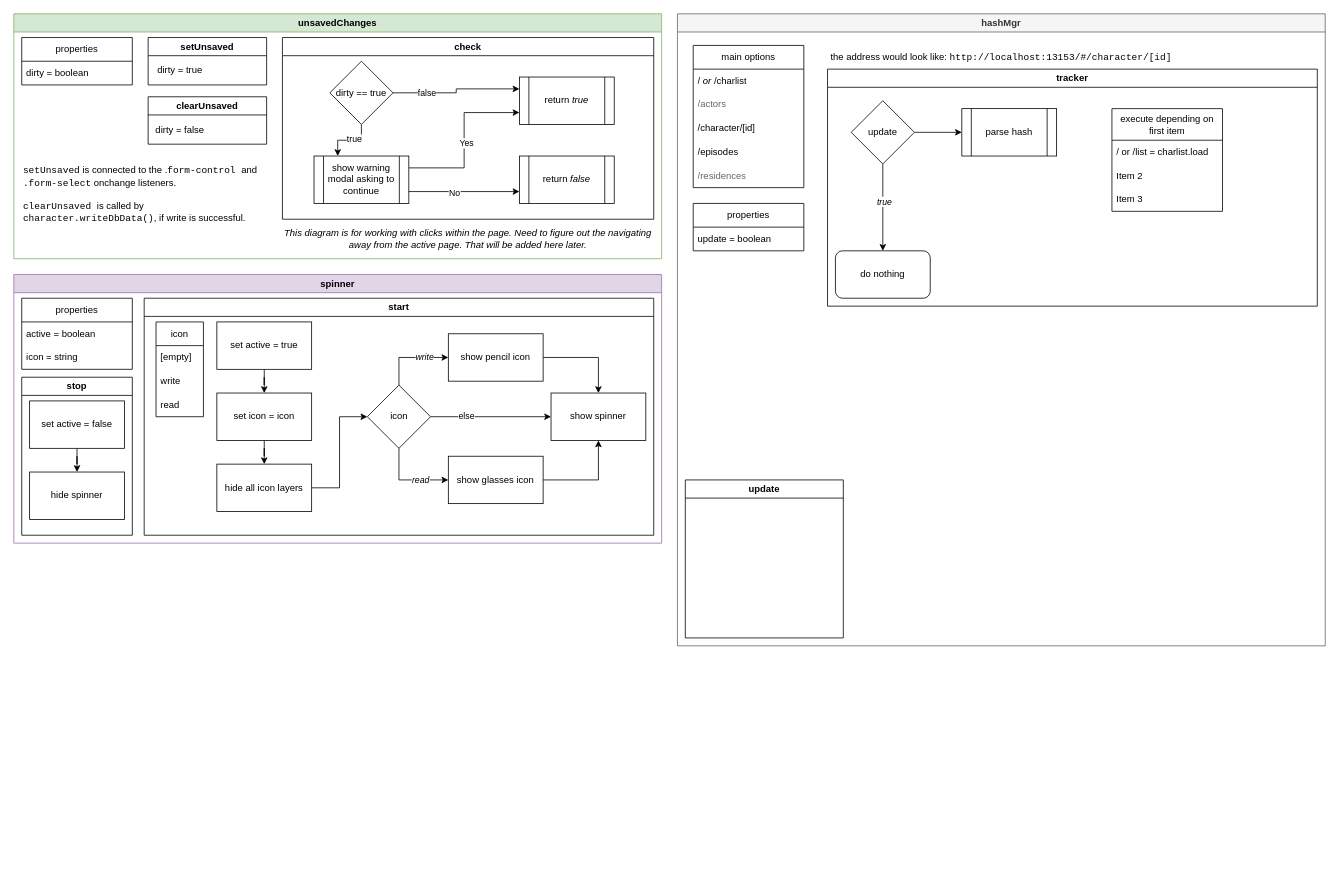
Earlier version of the draw.io diagram page "JS Misc Functions" (7 of 9) of moc-char-db-infrastructure.drawio (JS-Produksiyon/moc-character-db). Source tidied: cells renumbered, new cells numbered last; positions are measured from the earlier drawing's top-left corner, leaving out a move shared by most shapes. Both pictures are drawn from the tidied source at 79%, with x=0, y=0 at pixel (13, 13).
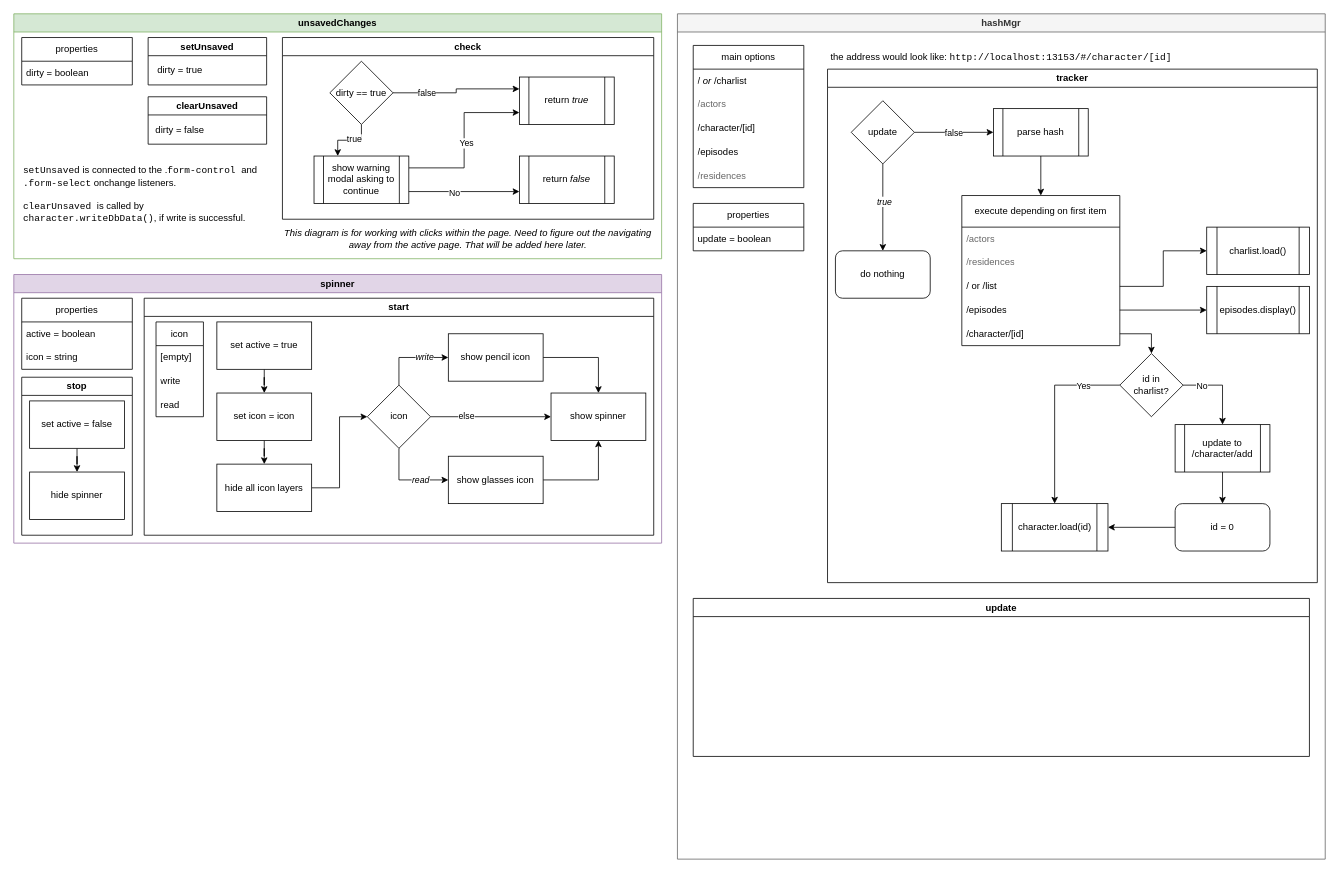
Above is the later version.

Unchanged cells that the change refers to:
```xml
<mxCell id="66" style="edgeStyle=orthogonalEdgeStyle;rounded=0;jettySize=auto;html=1;" parent="63" edge="1" source="67" target="69">
  <mxGeometry relative="1" as="geometry" />
</mxCell>
```

What changed in the source:
```diff
@@
     <mxCell id="55" value="hashMgr" style="swimlane;whiteSpace=wrap;html=1;fillColor=#f5f5f5;fontColor=#333333;strokeColor=#666666;" parent="1" vertex="1">
-      <mxGeometry x="840" width="820" height="800" as="geometry" />
+      <mxGeometry x="840" width="820" height="1070" as="geometry" />
     </mxCell>
@@
     <mxCell id="63" value="tracker" style="swimlane;whiteSpace=wrap;html=1;" parent="55" vertex="1">
-      <mxGeometry x="190" y="70" width="620" height="300" as="geometry" />
+      <mxGeometry x="190" y="70" width="620" height="650" as="geometry" />
     </mxCell>
@@
+    <mxCell id="77" value="false" style="edgeLabel;html=1;align=center;verticalAlign=middle;" parent="66" vertex="1">
+      <mxGeometry x="-0.03" relative="1" as="geometry" />
+    </mxCell>
@@
+    <mxCell id="78" style="edgeStyle=orthogonalEdgeStyle;rounded=0;jettySize=auto;html=1;exitX=0.5;exitY=1;exitDx=0;exitDy=0;entryX=0.5;entryY=0;entryDx=0;entryDy=0;" parent="63" edge="1" source="69" target="70">
+      <mxGeometry relative="1" as="geometry" />
+    </mxCell>
     <mxCell id="69" value="parse hash" style="shape=process;whiteSpace=wrap;html=1;backgroundOutline=1;" parent="63" vertex="1">
-      <mxGeometry x="170" y="50" width="120" height="60" as="geometry" />
+      <mxGeometry x="210" y="50" width="120" height="60" as="geometry" />
     </mxCell>
     <mxCell id="70" value="execute depending on first item" style="swimlane;fontStyle=0;horizontal=1;startSize=40;whiteSpace=wrap;html=1;" parent="63" vertex="1">
-      <mxGeometry x="360" y="50" width="140" height="130" as="geometry" />
+      <mxGeometry x="170" y="160" width="200" height="190" as="geometry" />
     </mxCell>
+    <mxCell id="79" value="/actors" style="text;strokeColor=none;fillColor=none;align=left;verticalAlign=middle;spacingLeft=4;spacingRight=4;overflow=hidden;whiteSpace=wrap;html=1;fontColor=#666666;" parent="70" vertex="1">
+      <mxGeometry y="40" width="200" height="30" as="geometry" />
+    </mxCell>
+    <mxCell id="80" value="/residences" style="text;strokeColor=none;fillColor=none;align=left;verticalAlign=middle;spacingLeft=4;spacingRight=4;overflow=hidden;whiteSpace=wrap;html=1;fontColor=#666666;" parent="70" vertex="1">
+      <mxGeometry y="70" width="200" height="30" as="geometry" />
+    </mxCell>
-    <mxCell id="71" value="/ or /list = charlist.load&amp;nbsp;" style="text;strokeColor=none;fillColor=none;align=left;verticalAlign=middle;spacingLeft=4;spacingRight=4;overflow=hidden;points=[[0,0.5],[1,0.5]];portConstraint=eastwest;whiteSpace=wrap;html=1;" parent="70" vertex="1">
-      <mxGeometry y="40" width="140" height="30" as="geometry" />
+    <mxCell id="71" value="/ or /list&amp;nbsp;" style="text;strokeColor=none;fillColor=none;align=left;verticalAlign=middle;spacingLeft=4;spacingRight=4;overflow=hidden;points=[[0,0.5],[1,0.5]];portConstraint=eastwest;whiteSpace=wrap;html=1;" parent="70" vertex="1">
+      <mxGeometry y="100" width="200" height="30" as="geometry" />
     </mxCell>
+    <mxCell id="73" value="/episodes" style="text;strokeColor=none;fillColor=none;align=left;verticalAlign=middle;spacingLeft=4;spacingRight=4;overflow=hidden;points=[[0,0.5],[1,0.5]];portConstraint=eastwest;whiteSpace=wrap;html=1;" parent="70" vertex="1">
+      <mxGeometry y="130" width="200" height="30" as="geometry" />
+    </mxCell>
+    <mxCell id="81" style="edgeStyle=orthogonalEdgeStyle;rounded=0;orthogonalLoop=1;jettySize=auto;html=1;exitX=1;exitY=0.5;exitDx=0;exitDy=0;" parent="70" edge="1" source="72" target="72">
+      <mxGeometry relative="1" as="geometry" />
+    </mxCell>
-    <mxCell id="72" value="Item 2" style="text;strokeColor=none;fillColor=none;align=left;verticalAlign=middle;spacingLeft=4;spacingRight=4;overflow=hidden;points=[[0,0.5],[1,0.5]];portConstraint=eastwest;whiteSpace=wrap;html=1;" parent="70" vertex="1">
-      <mxGeometry y="70" width="140" height="30" as="geometry" />
+    <mxCell id="72" value="/&lt;span style=&quot;background-color: initial;&quot;&gt;character/[id]&amp;nbsp;&lt;/span&gt;" style="text;strokeColor=none;fillColor=none;align=left;verticalAlign=middle;spacingLeft=4;spacingRight=4;overflow=hidden;points=[[0,0.5],[1,0.5]];portConstraint=eastwest;whiteSpace=wrap;html=1;" parent="70" vertex="1">
+      <mxGeometry y="160" width="200" height="30" as="geometry" />
     </mxCell>
-    <mxCell id="73" value="Item 3" style="text;strokeColor=none;fillColor=none;align=left;verticalAlign=middle;spacingLeft=4;spacingRight=4;overflow=hidden;points=[[0,0.5],[1,0.5]];portConstraint=eastwest;whiteSpace=wrap;html=1;" parent="70" vertex="1">
-      <mxGeometry y="100" width="140" height="30" as="geometry" />
-    </mxCell>
+    <mxCell id="82" style="edgeStyle=orthogonalEdgeStyle;rounded=0;jettySize=auto;html=1;exitX=1;exitY=0.5;exitDx=0;exitDy=0;entryX=0.5;entryY=0;entryDx=0;entryDy=0;" parent="63" edge="1" source="86" target="88">
+      <mxGeometry relative="1" as="geometry" />
+    </mxCell>
+    <mxCell id="83" value="No" style="edgeLabel;html=1;align=center;verticalAlign=middle;" parent="82" vertex="1">
+      <mxGeometry x="-0.54" y="-1" relative="1" as="geometry" />
+    </mxCell>
+    <mxCell id="84" style="edgeStyle=orthogonalEdgeStyle;rounded=0;jettySize=auto;html=1;exitX=0;exitY=0.5;exitDx=0;exitDy=0;entryX=0.5;entryY=0;entryDx=0;entryDy=0;" parent="63" edge="1" source="86" target="92">
+      <mxGeometry relative="1" as="geometry" />
+    </mxCell>
+    <mxCell id="85" value="Yes" style="edgeLabel;html=1;align=center;verticalAlign=middle;" parent="84" vertex="1">
+      <mxGeometry x="-0.6" relative="1" as="geometry" />
+    </mxCell>
+    <mxCell id="86" value="id in &lt;br&gt;charlist?" style="rhombus;whiteSpace=wrap;html=1;" parent="63" vertex="1">
+      <mxGeometry x="370" y="360" width="80" height="80" as="geometry" />
+    </mxCell>
+    <mxCell id="87" style="edgeStyle=orthogonalEdgeStyle;rounded=0;jettySize=auto;html=1;" parent="63" edge="1" source="88" target="95">
+      <mxGeometry relative="1" as="geometry" />
+    </mxCell>
+    <mxCell id="88" value="update to /character/add" style="shape=process;whiteSpace=wrap;html=1;backgroundOutline=1;" parent="63" vertex="1">
+      <mxGeometry x="440" y="450" width="120" height="60" as="geometry" />
+    </mxCell>
+    <mxCell id="89" value="charlist.load()" style="shape=process;whiteSpace=wrap;html=1;backgroundOutline=1;" parent="63" vertex="1">
+      <mxGeometry x="480" y="200" width="130" height="60" as="geometry" />
+    </mxCell>
+    <mxCell id="90" value="episodes.display()" style="shape=process;whiteSpace=wrap;html=1;backgroundOutline=1;" parent="63" vertex="1">
+      <mxGeometry x="480" y="275" width="130" height="60" as="geometry" />
+    </mxCell>
+    <mxCell id="91" style="edgeStyle=orthogonalEdgeStyle;rounded=0;jettySize=auto;html=1;exitX=1;exitY=0.5;exitDx=0;exitDy=0;entryX=0;entryY=0.5;entryDx=0;entryDy=0;" parent="63" edge="1" source="71" target="89">
+      <mxGeometry relative="1" as="geometry" />
+    </mxCell>
+    <mxCell id="92" value="character.load(id)" style="shape=process;whiteSpace=wrap;html=1;backgroundOutline=1;" parent="63" vertex="1">
+      <mxGeometry x="220" y="550" width="135" height="60" as="geometry" />
+    </mxCell>
+    <mxCell id="93" style="edgeStyle=orthogonalEdgeStyle;rounded=0;jettySize=auto;html=1;exitX=1;exitY=0.5;exitDx=0;exitDy=0;entryX=0.5;entryY=0;entryDx=0;entryDy=0;" parent="63" edge="1" source="72" target="86">
+      <mxGeometry relative="1" as="geometry" />
+    </mxCell>
+    <mxCell id="94" style="edgeStyle=orthogonalEdgeStyle;rounded=0;jettySize=auto;html=1;exitX=0;exitY=0.5;exitDx=0;exitDy=0;entryX=1;entryY=0.5;entryDx=0;entryDy=0;" parent="63" edge="1" source="95" target="92">
+      <mxGeometry relative="1" as="geometry" />
+    </mxCell>
+    <mxCell id="95" value="id = 0" style="rounded=1;whiteSpace=wrap;html=1;" parent="63" vertex="1">
+      <mxGeometry x="440" y="550" width="120" height="60" as="geometry" />
+    </mxCell>
+    <mxCell id="96" style="edgeStyle=orthogonalEdgeStyle;rounded=0;jettySize=auto;html=1;exitX=1;exitY=0.5;exitDx=0;exitDy=0;entryX=0;entryY=0.5;entryDx=0;entryDy=0;" parent="63" edge="1" source="73" target="90">
+      <mxGeometry relative="1" as="geometry" />
+    </mxCell>
@@
     <mxCell id="76" value="update" style="swimlane;whiteSpace=wrap;html=1;" parent="55" vertex="1">
-      <mxGeometry x="10" y="590" width="200" height="200" as="geometry" />
+      <mxGeometry x="20" y="740" width="780" height="200" as="geometry" />
     </mxCell>
```
